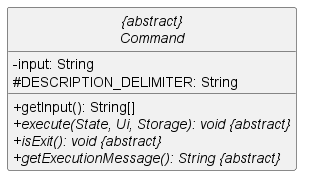
nus-cs2113-AY2223S1/tp keeps this PlantUML diagram as docs/images/Command.png. Above is the earlier version. Its diagram source:
```plantuml
@startuml
hide circle
skinparam classAttributeIconSize 0
!define ABSTRACT &#123;abstract&#125;

abstract class "{abstract}\nCommand" as Command {
    - input: String
    # DESCRIPTION_DELIMITER: String

    + getInput(): String[]
    + {abstract} execute(State, Ui, Storage): void ABSTRACT
    + {abstract} isExit(): void ABSTRACT
    + {abstract} getExecutionMessage(): String ABSTRACT
}
@enduml
```
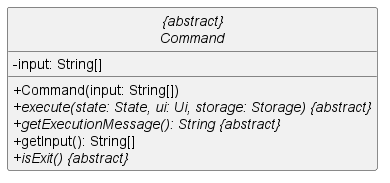
After the commit.

The edit, as a diff of the source:
```diff
@@ -4,12 +4,12 @@
 !define ABSTRACT &#123;abstract&#125;
 
 abstract class "{abstract}\nCommand" as Command {
-    - input: String
-    # DESCRIPTION_DELIMITER: String
+    - input: String[]
 
+    + Command(input: String[])
+    + {abstract} execute(state: State, ui: Ui, storage: Storage) ABSTRACT
+    + {abstract} getExecutionMessage(): String ABSTRACT
     + getInput(): String[]
-    + {abstract} execute(State, Ui, Storage): void ABSTRACT
-    + {abstract} isExit(): void ABSTRACT
-    + {abstract} getExecutionMessage(): String ABSTRACT
+    + {abstract} isExit() ABSTRACT
 }
 @enduml
```
